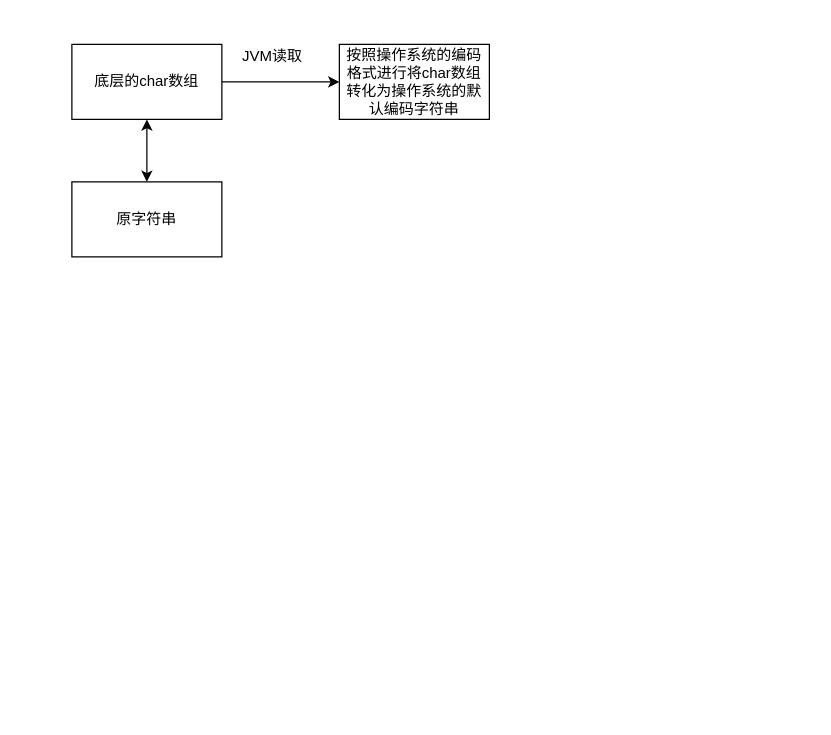
Earlier version of the draw.io diagram 字符串转换.drawio (Rain-ziyu/img). Source tidied: cells renumbered, new cells numbered last; positions are measured from the earlier drawing's top-left corner, leaving out a move shared by most shapes. Both pictures are drawn from the tidied source at 125%, with x=0, y=0 at pixel (71, 44).
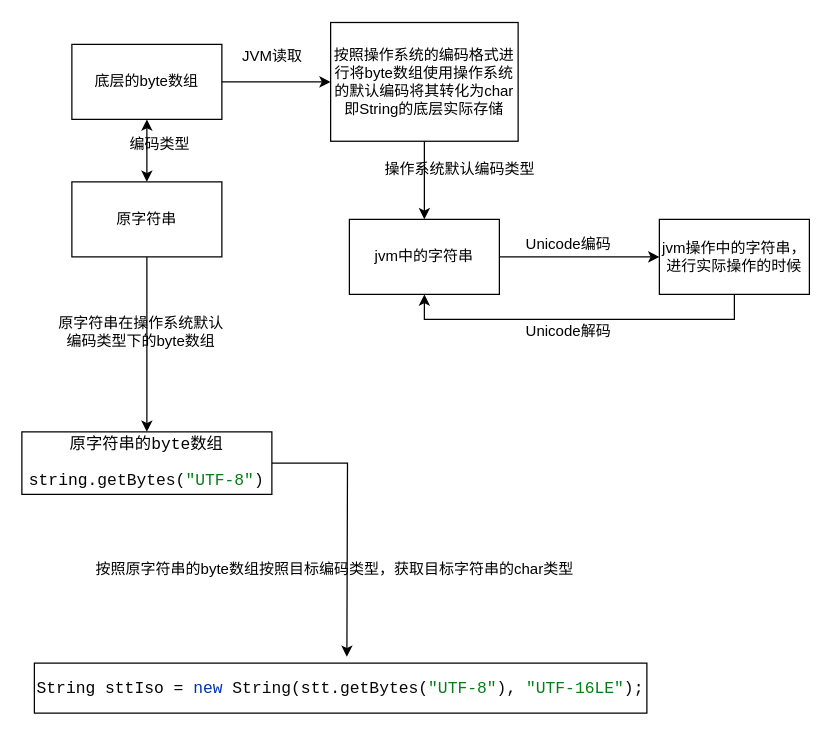
Above is the later version.

Commit message:
更新字符串转换.drawio

The change refers to these unchanged cells:
```xml
<mxCell id="2" value="原字符串" style="rounded=0;whiteSpace=wrap;html=1;" parent="1" vertex="1">
  <mxGeometry y="110" width="120" height="60" as="geometry" />
</mxCell>
```

Diff of the diagram source:
```diff
@@
+    <mxCell id="8" style="edgeStyle=orthogonalEdgeStyle;rounded=0;jettySize=auto;html=1;" parent="1" edge="1" source="2" target="19">
+      <mxGeometry relative="1" as="geometry" />
+    </mxCell>
@@
-    <mxCell id="3" value="底层的char数组" style="rounded=0;whiteSpace=wrap;html=1;" parent="1" vertex="1">
+    <mxCell id="3" value="底层的byte数组" style="rounded=0;whiteSpace=wrap;html=1;" parent="1" vertex="1">
       <mxGeometry width="120" height="60" as="geometry" />
     </mxCell>
@@
+    <mxCell id="9" style="edgeStyle=orthogonalEdgeStyle;rounded=0;jettySize=auto;html=1;" parent="1" edge="1" source="5" target="11">
+      <mxGeometry relative="1" as="geometry" />
+    </mxCell>
-    <mxCell id="5" value="按照操作系统的编码格式进行将char数组转化为操作系统的默认编码字符串" style="rounded=0;whiteSpace=wrap;html=1;" parent="1" vertex="1">
-      <mxGeometry x="214" width="120" height="60" as="geometry" />
+    <mxCell id="5" value="按照操作系统的编码格式进行将byte数组使用操作系统的默认编码将其转化为char即String的底层实际存储" style="rounded=0;whiteSpace=wrap;html=1;" parent="1" vertex="1">
+      <mxGeometry x="207" y="-17.5" width="150" height="95" as="geometry" />
     </mxCell>
@@
+    <mxCell id="10" style="edgeStyle=orthogonalEdgeStyle;rounded=0;jettySize=auto;html=1;" parent="1" edge="1" source="11" target="13">
+      <mxGeometry relative="1" as="geometry" />
+    </mxCell>
+    <mxCell id="11" value="jvm中的字符串" style="rounded=0;whiteSpace=wrap;html=1;" parent="1" vertex="1">
+      <mxGeometry x="222" y="140" width="120" height="60" as="geometry" />
+    </mxCell>
+    <mxCell id="12" style="edgeStyle=orthogonalEdgeStyle;rounded=0;jettySize=auto;html=1;entryX=0.5;entryY=1;entryDx=0;entryDy=0;" parent="1" edge="1" source="13" target="11">
+      <mxGeometry relative="1" as="geometry">
+        <Array as="points">
+          <mxPoint x="530" y="220" />
+          <mxPoint x="282" y="220" />
+        </Array>
+      </mxGeometry>
+    </mxCell>
+    <mxCell id="13" value="jvm操作中的字符串，进行实际操作的时候" style="rounded=0;whiteSpace=wrap;html=1;" parent="1" vertex="1">
+      <mxGeometry x="470" y="140" width="120" height="60" as="geometry" />
+    </mxCell>
+    <mxCell id="14" value="编码类型" style="text;html=1;align=center;verticalAlign=middle;strokeColor=none;fillColor=none;" parent="1" vertex="1">
+      <mxGeometry x="40" y="70" width="60" height="20" as="geometry" />
+    </mxCell>
+    <mxCell id="15" value="操作系统默认编码类型" style="text;html=1;align=center;verticalAlign=middle;strokeColor=none;fillColor=none;" parent="1" vertex="1">
+      <mxGeometry x="240" y="90" width="140" height="20" as="geometry" />
+    </mxCell>
+    <mxCell id="16" value="Unicode编码" style="text;html=1;align=center;verticalAlign=middle;strokeColor=none;fillColor=none;" parent="1" vertex="1">
+      <mxGeometry x="357" y="150" width="80" height="20" as="geometry" />
+    </mxCell>
+    <mxCell id="17" value="Unicode解码" style="text;html=1;align=center;verticalAlign=middle;strokeColor=none;fillColor=none;" parent="1" vertex="1">
+      <mxGeometry x="357" y="220" width="80" height="20" as="geometry" />
+    </mxCell>
+    <mxCell id="18" style="edgeStyle=orthogonalEdgeStyle;rounded=0;jettySize=auto;html=1;" parent="1" edge="1" source="19">
+      <mxGeometry relative="1" as="geometry">
+        <mxPoint x="220" y="490" as="targetPoint" />
+      </mxGeometry>
+    </mxCell>
+    <mxCell id="19" value="&lt;pre style=&quot;background-color: rgb(255, 255, 255); font-family: &amp;quot;JetBrains Mono&amp;quot;, monospace; font-size: 9.8pt;&quot;&gt;原字符串的byte数组&lt;/pre&gt;&lt;pre style=&quot;background-color:#ffffff;color:#080808;font-family:'JetBrains Mono',monospace;font-size:9.8pt;&quot;&gt;&lt;span style=&quot;color:#000000;&quot;&gt;string&lt;/span&gt;.getBytes(&lt;span style=&quot;color:#067d17;&quot;&gt;&quot;UTF-8&quot;&lt;/span&gt;)&lt;/pre&gt;" style="rounded=0;whiteSpace=wrap;html=1;" parent="1" vertex="1">
+      <mxGeometry x="-40" y="310" width="200" height="50" as="geometry" />
+    </mxCell>
+    <mxCell id="20" value="原字符串在操作系统默认&lt;br&gt;编码类型下的byte数组" style="text;html=1;align=center;verticalAlign=middle;strokeColor=none;fillColor=none;" parent="1" vertex="1">
+      <mxGeometry x="-20" y="215" width="150" height="30" as="geometry" />
+    </mxCell>
+    <mxCell id="21" value="&lt;pre style=&quot;background-color:#ffffff;color:#080808;font-family:'JetBrains Mono',monospace;font-size:9.8pt;&quot;&gt;&lt;span style=&quot;color:#000000;&quot;&gt;String sttIso &lt;/span&gt;= &lt;span style=&quot;color:#0033b3;&quot;&gt;new &lt;/span&gt;String(&lt;span style=&quot;color:#000000;&quot;&gt;stt&lt;/span&gt;.getBytes(&lt;span style=&quot;color:#067d17;&quot;&gt;&quot;UTF-8&quot;&lt;/span&gt;), &lt;span style=&quot;color:#067d17;&quot;&gt;&quot;UTF-16LE&quot;&lt;/span&gt;);&lt;/pre&gt;" style="rounded=0;whiteSpace=wrap;html=1;" parent="1" vertex="1">
+      <mxGeometry x="-30" y="495" width="490" height="40" as="geometry" />
+    </mxCell>
+    <mxCell id="22" value="按照原字符串的byte数组按照目标编码类型，获取目标字符串的char类型" style="text;html=1;align=center;verticalAlign=middle;strokeColor=none;fillColor=none;" parent="1" vertex="1">
+      <mxGeometry x="10" y="410" width="400" height="20" as="geometry" />
+    </mxCell>
```
